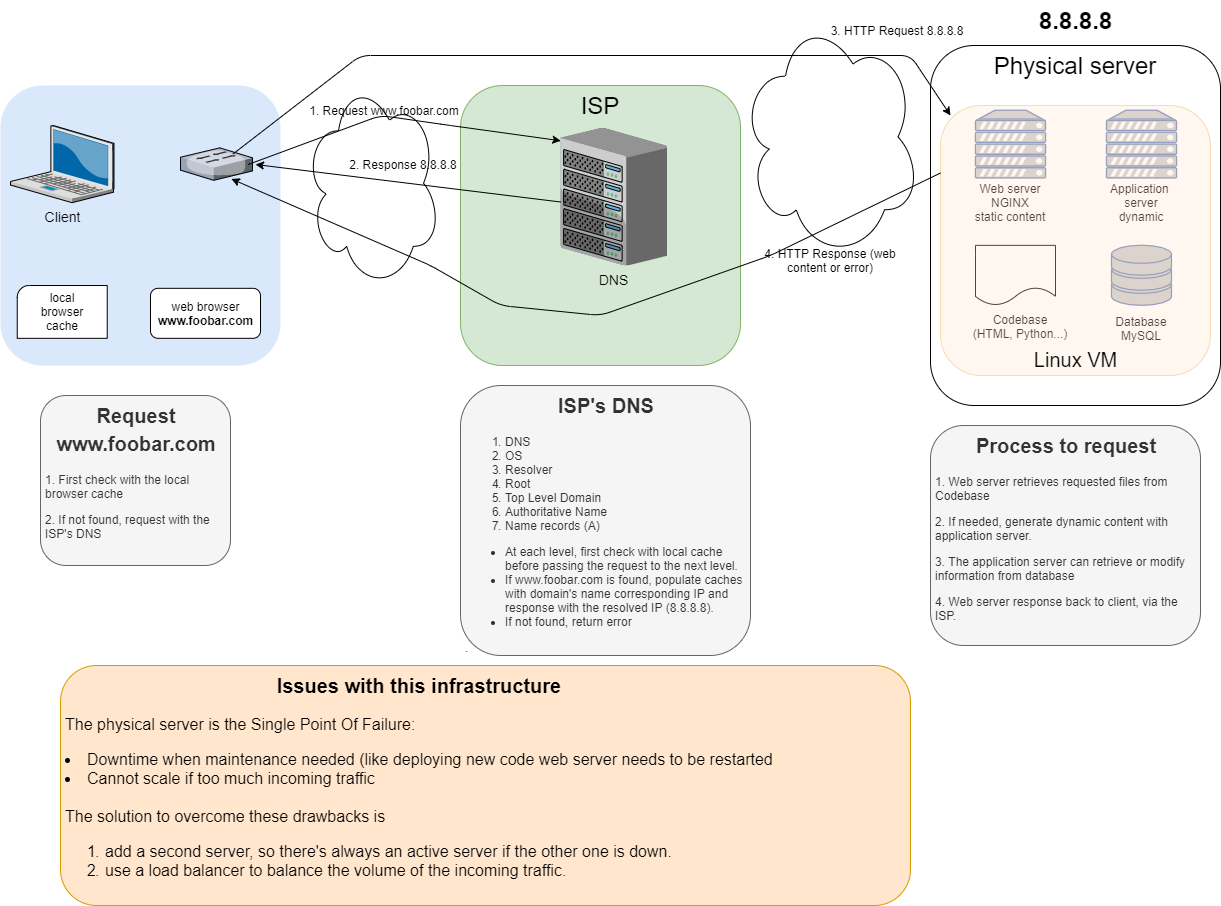
huy75/holberton-system_engineering-devops keeps this draw.io diagram as 0x09-web_infrastructure_design/images/0-simple_web_stack.png. Above is the earlier version. Source tidied: cells renumbered, new cells last; positions are measured from the earlier drawing's top-left corner, leaving out a move shared by most shapes.
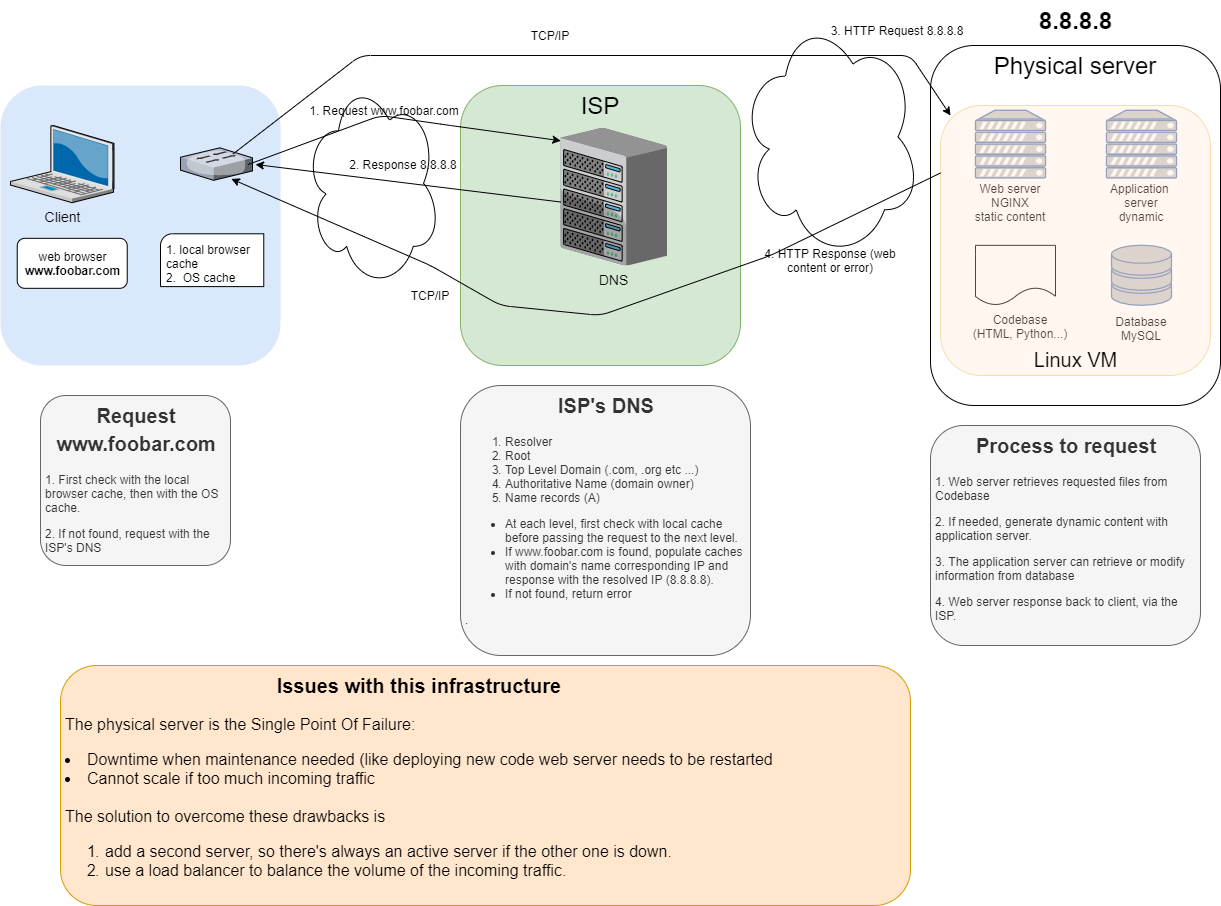
After the change.

Diff of the diagram source:
```diff
@@ -9,13 +9,13 @@
       <mxGeometry x="10" y="125" width="103.5" height="77.2" as="geometry" />
     </mxCell>
     <mxCell id="4" style="verticalLabelPosition=bottom;verticalAlign=top;html=1;shape=mxgraph.basic.corner_round_rect;dx=6;" parent="1" vertex="1">
-      <mxGeometry x="16.7" y="285" width="90" height="52.8" as="geometry" />
+      <mxGeometry x="160" y="233.3" width="103.3" height="52.8" as="geometry" />
     </mxCell>
-    <mxCell id="5" value="local browser cache" style="text;html=1;strokeColor=none;fillColor=none;align=center;verticalAlign=middle;whiteSpace=wrap;rounded=0;" parent="1" vertex="1">
-      <mxGeometry x="26.7" y="286.4" width="70" height="50" as="geometry" />
+    <mxCell id="5" value="1. local browser cache&lt;br&gt;2.&amp;nbsp; OS cache" style="text;html=1;strokeColor=none;fillColor=none;align=left;verticalAlign=middle;whiteSpace=wrap;rounded=0;" parent="1" vertex="1">
+      <mxGeometry x="164.4" y="237.8" width="103.3" height="50" as="geometry" />
     </mxCell>
     <mxCell id="6" value="web browser&lt;br&gt;&lt;b&gt;www.foobar.com&lt;/b&gt;" style="html=1;rounded=1;" parent="1" vertex="1">
-      <mxGeometry x="150" y="287.8" width="110" height="50" as="geometry" />
+      <mxGeometry x="16.7" y="237.8" width="110" height="50" as="geometry" />
     </mxCell>
     <mxCell id="7" style="verticalLabelPosition=bottom;html=1;verticalAlign=top;strokeColor=none;shape=mxgraph.citrix.switch;fillColor=#66B2FF;gradientColor=#0066CC;fontSize=14;" parent="1" vertex="1">
       <mxGeometry x="180" y="147.4" width="72" height="32.5" as="geometry" />
@@ -29,10 +29,10 @@
     <mxCell id="10" value="DNS" style="verticalLabelPosition=bottom;html=1;verticalAlign=top;strokeColor=none;shape=mxgraph.citrix.chassis;fillColor=#66B2FF;gradientColor=#0066CC;fontSize=14;" parent="1" vertex="1">
       <mxGeometry x="560" y="127.4" width="106.6" height="137.7" as="geometry" />
     </mxCell>
-    <mxCell id="11" value="&lt;h1 style=&quot;text-align: center&quot;&gt;&lt;font style=&quot;font-size: 20px&quot;&gt;Request www.foobar.com&lt;/font&gt;&lt;/h1&gt;&lt;p&gt;1. First check with the local browser cache&lt;/p&gt;&lt;p&gt;2. If not found, request with the ISP's DNS&lt;/p&gt;" style="text;html=1;strokeColor=#666666;fillColor=#f5f5f5;spacing=5;spacingTop=-20;whiteSpace=wrap;overflow=hidden;rounded=1;fontColor=#333333;" parent="1" vertex="1">
+    <mxCell id="11" value="&lt;h1 style=&quot;text-align: center&quot;&gt;&lt;font style=&quot;font-size: 20px&quot;&gt;Request www.foobar.com&lt;/font&gt;&lt;/h1&gt;&lt;p&gt;1. First check with the local browser cache, then with the OS cache.&lt;/p&gt;&lt;p&gt;&lt;span&gt;2. If not found, request with the ISP's DNS&lt;/span&gt;&lt;/p&gt;" style="text;html=1;strokeColor=#666666;fillColor=#f5f5f5;spacing=5;spacingTop=-20;whiteSpace=wrap;overflow=hidden;rounded=1;fontColor=#333333;" parent="1" vertex="1">
       <mxGeometry x="40" y="395" width="190" height="170" as="geometry" />
     </mxCell>
-    <mxCell id="12" value="&lt;h1 style=&quot;text-align: center&quot;&gt;&lt;font style=&quot;font-size: 20px&quot;&gt;ISP's DNS&lt;/font&gt;&lt;/h1&gt;&lt;ol&gt;&lt;li&gt;DNS&lt;/li&gt;&lt;li&gt;OS&lt;/li&gt;&lt;li&gt;Resolver&lt;/li&gt;&lt;li&gt;Root&lt;/li&gt;&lt;li&gt;Top Level Domain&lt;/li&gt;&lt;li&gt;Authoritative Name&lt;/li&gt;&lt;li&gt;Name records (A)&lt;/li&gt;&lt;/ol&gt;&lt;div&gt;&lt;ul&gt;&lt;li&gt;At each level, first check with local cache before passing the request to the next level.&lt;/li&gt;&lt;li&gt;If www.foobar.com is found, populate caches with domain's name corresponding IP and response with the resolved IP (8.8.8.8).&lt;/li&gt;&lt;li&gt;If not found, return error&lt;/li&gt;&lt;/ul&gt;&lt;/div&gt;&lt;p&gt;.&lt;/p&gt;" style="text;html=1;strokeColor=#666666;fillColor=#f5f5f5;spacing=5;spacingTop=-20;whiteSpace=wrap;overflow=hidden;rounded=1;fontColor=#333333;" parent="1" vertex="1">
+    <mxCell id="12" value="&lt;h1 style=&quot;text-align: center&quot;&gt;&lt;font style=&quot;font-size: 20px&quot;&gt;ISP's DNS&lt;/font&gt;&lt;/h1&gt;&lt;ol&gt;&lt;li&gt;Resolver&lt;/li&gt;&lt;li&gt;Root&lt;/li&gt;&lt;li&gt;Top Level Domain (.com, .org etc ...)&lt;/li&gt;&lt;li&gt;Authoritative Name (domain owner)&lt;/li&gt;&lt;li&gt;Name records (A)&lt;/li&gt;&lt;/ol&gt;&lt;div&gt;&lt;ul&gt;&lt;li&gt;At each level, first check with local cache before passing the request to the next level.&lt;/li&gt;&lt;li&gt;If www.foobar.com is found, populate caches with domain's name corresponding IP and response with the resolved IP (8.8.8.8).&lt;/li&gt;&lt;li&gt;If not found, return error&lt;/li&gt;&lt;/ul&gt;&lt;/div&gt;&lt;p&gt;.&lt;/p&gt;" style="text;html=1;strokeColor=#666666;fillColor=#f5f5f5;spacing=5;spacingTop=-20;whiteSpace=wrap;overflow=hidden;rounded=1;fontColor=#333333;" parent="1" vertex="1">
       <mxGeometry x="460" y="385" width="290" height="270" as="geometry" />
     </mxCell>
     <mxCell id="13" style="endArrow=classic;html=1;exitX=0.939;exitY=0.513;exitDx=0;exitDy=0;exitPerimeter=0;entryX=0.003;entryY=0.094;entryDx=0;entryDy=0;entryPerimeter=0;" parent="1" edge="1" source="7" target="10">
@@ -127,5 +127,11 @@
     <mxCell id="35" value="4. HTTP Response (web content or error)" style="text;html=1;strokeColor=none;fillColor=none;align=center;verticalAlign=middle;whiteSpace=wrap;rounded=0;" parent="1" vertex="1">
       <mxGeometry x="757" y="244.7" width="146" height="30" as="geometry" />
     </mxCell>
+    <mxCell id="36" value="TCP/IP" style="text;html=1;strokeColor=none;fillColor=none;align=center;verticalAlign=middle;whiteSpace=wrap;rounded=0;" parent="1" vertex="1">
+      <mxGeometry x="530" y="25" width="40" height="20" as="geometry" />
+    </mxCell>
+    <mxCell id="37" value="TCP/IP" style="text;html=1;strokeColor=none;fillColor=none;align=center;verticalAlign=middle;whiteSpace=wrap;rounded=0;" parent="1" vertex="1">
+      <mxGeometry x="410" y="284.9" width="40" height="20" as="geometry" />
+    </mxCell>
   </root>
 </mxGraphModel>
```
